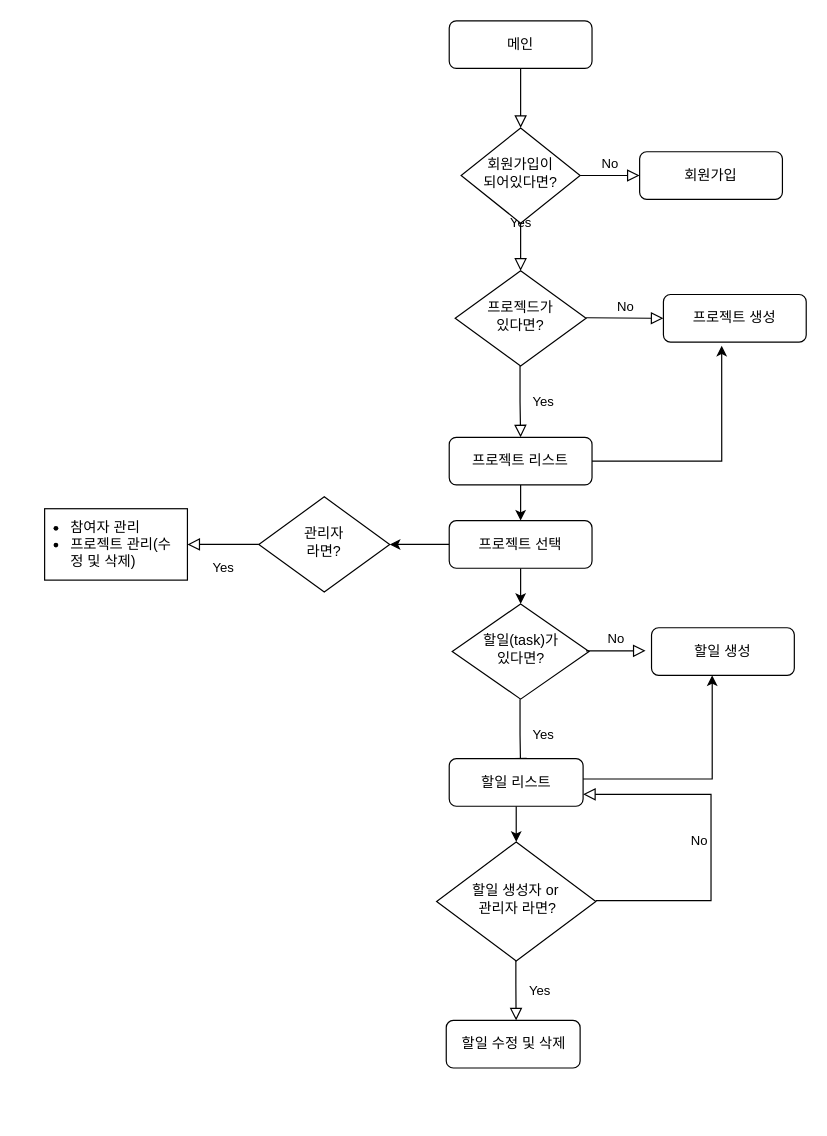
Before: Untitled Diagram.drawio in dearseul/movie_app, a draw.io diagram. Source tidied: cells renumbered, new cells numbered last; positions are measured from the earlier drawing's top-left corner, leaving out a move shared by most shapes. Both pictures are drawn from the tidied source at 119%, with x=0, y=0 at pixel (20, 20).
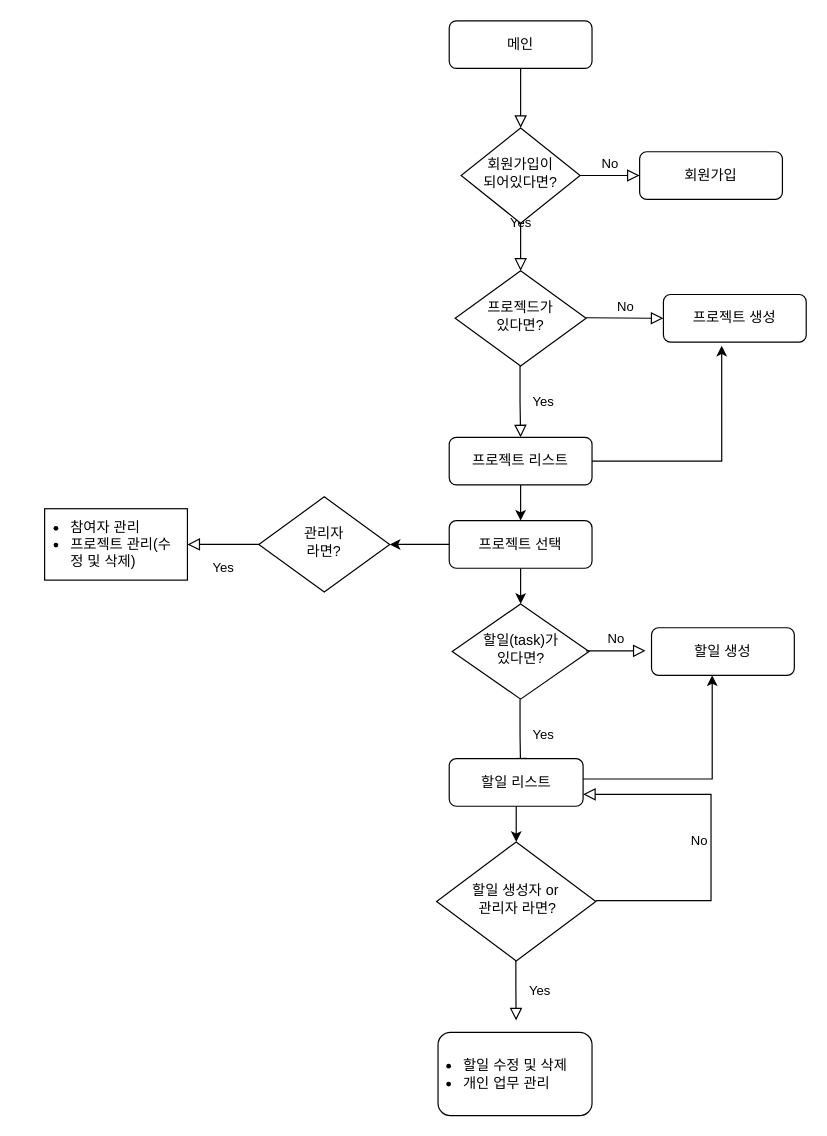
After the change.

Change to the diagram source:
```diff
@@
-    <mxCell id="29" value="할일 수정 및 삭제" style="whiteSpace=wrap;html=1;rounded=1;shadow=0;strokeWidth=1;glass=0;" parent="1" vertex="1">
-      <mxGeometry x="357.5" y="840" width="112.5" height="40" as="geometry" />
+    <mxCell id="29" style="whiteSpace=wrap;html=1;rounded=1;shadow=0;strokeWidth=1;glass=0;" parent="1" vertex="1">
+      <mxGeometry x="350.6" y="850" width="129.4" height="70" as="geometry" />
     </mxCell>
@@
+    <mxCell id="33" value="&lt;ul&gt;&lt;li&gt;할일 수정 및 삭제&lt;/li&gt;&lt;li&gt;개인 업무 관리&lt;/li&gt;&lt;/ul&gt;" style="text;strokeColor=none;fillColor=none;html=1;whiteSpace=wrap;verticalAlign=middle;overflow=hidden;" parent="1" vertex="1">
+      <mxGeometry x="330" y="850" width="170" height="70" as="geometry" />
+    </mxCell>
```
